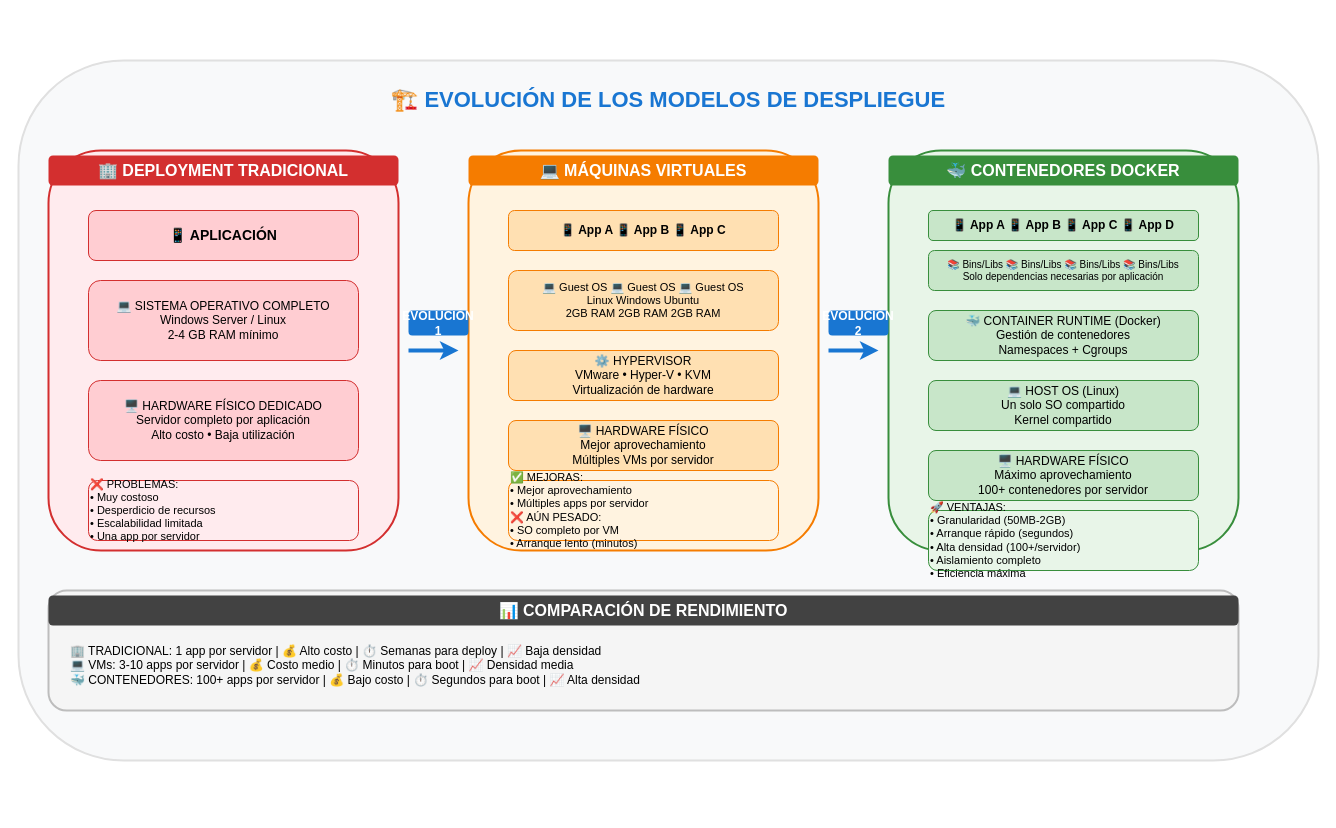
Above: area-1-fundamentos-docker/assets/diagrams/modulo-2-docker/deployment-evolution.drawio in Harol-Reina/kubernetes-aks-course (draw.io), before the change. Source tidied: cells renumbered, new cells numbered last; positions are measured from the earlier drawing's top-left corner, leaving out a move shared by most shapes. Both pictures are drawn from the tidied source at 100%, with x=0, y=0 at pixel (18, 60).
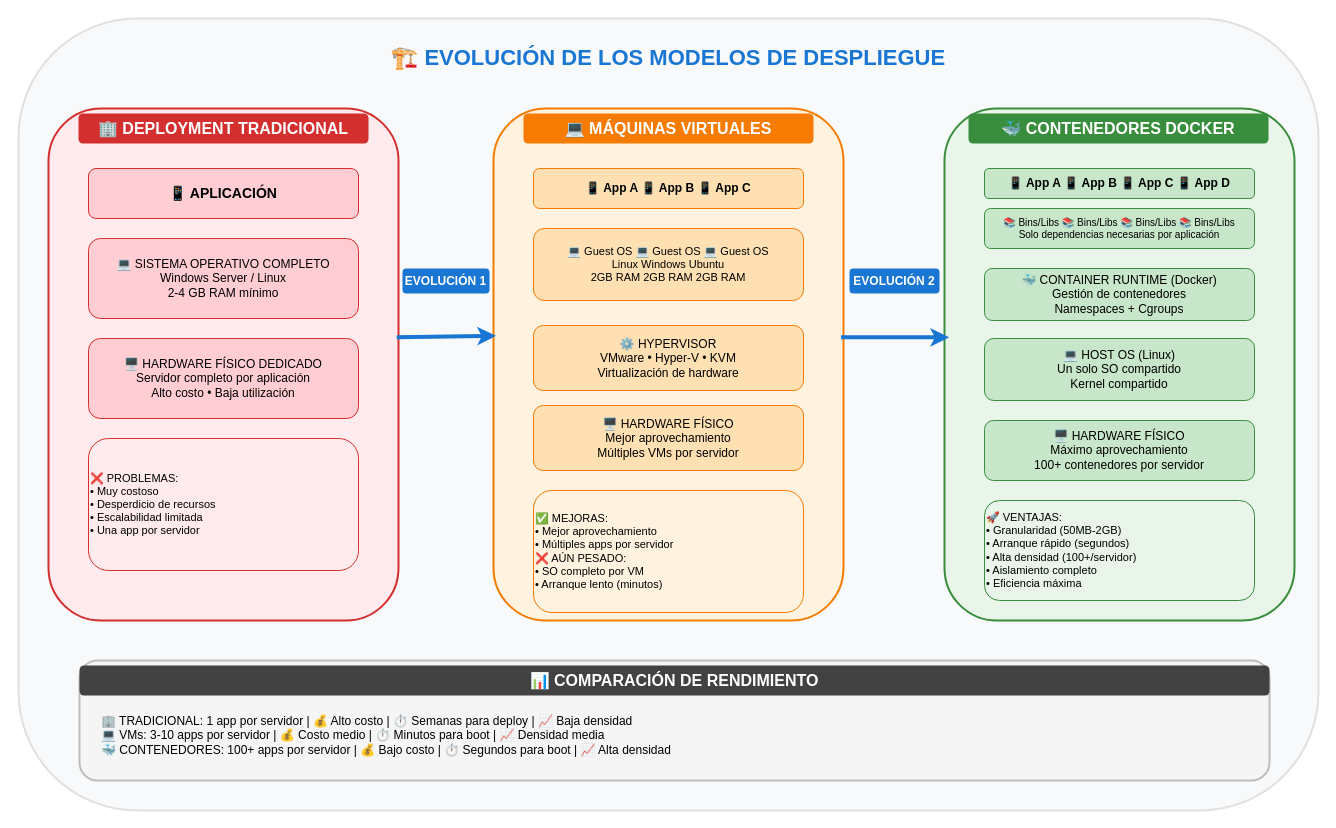
The same page after the edit.

Commit message (it also covers changes not shown here):
Implement code changes to enhance functionality and improve performance

Diff of the diagram source:
```diff
@@
     <mxCell id="2" style="rounded=1;whiteSpace=wrap;html=1;fillColor=#F8F9FA;strokeColor=#E0E0E0;strokeWidth=2;" parent="1" vertex="1">
-      <mxGeometry width="1300" height="700" as="geometry" />
+      <mxGeometry y="-42" width="1300" height="792" as="geometry" />
     </mxCell>
     <mxCell id="3" value="🏗️ EVOLUCIÓN DE LOS MODELOS DE DESPLIEGUE" style="text;html=1;strokeColor=none;fillColor=none;align=center;verticalAlign=middle;whiteSpace=wrap;rounded=0;fontSize=22;fontStyle=1;fontColor=#1976D2;fontFamily=Helvetica;" parent="1" vertex="1">
-      <mxGeometry y="20" width="1300" height="40" as="geometry" />
+      <mxGeometry y="-22" width="1300" height="40" as="geometry" />
     </mxCell>
     <mxCell id="4" style="rounded=1;whiteSpace=wrap;html=1;fillColor=#FFEBEE;strokeColor=#D32F2F;strokeWidth=2;" parent="1" vertex="1">
-      <mxGeometry x="30" y="90" width="350" height="400" as="geometry" />
+      <mxGeometry x="30" y="48" width="350" height="512" as="geometry" />
     </mxCell>
     <mxCell id="5" value="🏢 DEPLOYMENT TRADICIONAL" style="text;html=1;strokeColor=none;fillColor=#D32F2F;align=center;verticalAlign=middle;whiteSpace=wrap;rounded=1;fontSize=16;fontStyle=1;fontColor=#FFFFFF;fontFamily=Helvetica;" parent="1" vertex="1">
-      <mxGeometry x="30" y="95" width="350" height="30" as="geometry" />
+      <mxGeometry x="60" y="53" width="290" height="30" as="geometry" />
     </mxCell>
     <mxCell id="6" value="📱 APLICACIÓN" style="rounded=1;whiteSpace=wrap;html=1;fillColor=#FFCDD2;strokeColor=#D32F2F;fontSize=14;fontStyle=1;fontFamily=Helvetica;align=center;" parent="1" vertex="1">
-      <mxGeometry x="70" y="150" width="270" height="50" as="geometry" />
+      <mxGeometry x="70" y="108" width="270" height="50" as="geometry" />
     </mxCell>
     <mxCell id="7" value="💻 SISTEMA OPERATIVO COMPLETO&lt;br&gt;Windows Server / Linux&lt;br&gt;2-4 GB RAM mínimo" style="rounded=1;whiteSpace=wrap;html=1;fillColor=#FFCDD2;strokeColor=#D32F2F;fontSize=12;fontFamily=Helvetica;align=center;" parent="1" vertex="1">
-      <mxGeometry x="70" y="220" width="270" height="80" as="geometry" />
+      <mxGeometry x="70" y="178" width="270" height="80" as="geometry" />
     </mxCell>
     <mxCell id="8" value="🖥️ HARDWARE FÍSICO DEDICADO&lt;br&gt;Servidor completo por aplicación&lt;br&gt;Alto costo • Baja utilización" style="rounded=1;whiteSpace=wrap;html=1;fillColor=#FFCDD2;strokeColor=#D32F2F;fontSize=12;fontFamily=Helvetica;align=center;" parent="1" vertex="1">
-      <mxGeometry x="70" y="320" width="270" height="80" as="geometry" />
+      <mxGeometry x="70" y="278" width="270" height="80" as="geometry" />
     </mxCell>
     <mxCell id="9" value="❌ PROBLEMAS:&lt;br&gt;• Muy costoso&lt;br&gt;• Desperdicio de recursos&lt;br&gt;• Escalabilidad limitada&lt;br&gt;• Una app por servidor" style="text;html=1;strokeColor=#D32F2F;fillColor=#FFEBEE;align=left;verticalAlign=middle;whiteSpace=wrap;rounded=1;fontSize=11;fontFamily=Helvetica;" parent="1" vertex="1">
-      <mxGeometry x="70" y="420" width="270" height="60" as="geometry" />
+      <mxGeometry x="70" y="378" width="270" height="132" as="geometry" />
     </mxCell>
     <mxCell id="10" style="rounded=1;whiteSpace=wrap;html=1;fillColor=#FFF3E0;strokeColor=#F57C00;strokeWidth=2;" parent="1" vertex="1">
-      <mxGeometry x="450" y="90" width="350" height="400" as="geometry" />
+      <mxGeometry x="475" y="48" width="350" height="512" as="geometry" />
     </mxCell>
     <mxCell id="11" value="💻 MÁQUINAS VIRTUALES" style="text;html=1;strokeColor=none;fillColor=#F57C00;align=center;verticalAlign=middle;whiteSpace=wrap;rounded=1;fontSize=16;fontStyle=1;fontColor=#FFFFFF;fontFamily=Helvetica;" parent="1" vertex="1">
-      <mxGeometry x="450" y="95" width="350" height="30" as="geometry" />
+      <mxGeometry x="505" y="53" width="290" height="30" as="geometry" />
     </mxCell>
     <mxCell id="12" value="📱 App A    📱 App B    📱 App C" style="rounded=1;whiteSpace=wrap;html=1;fillColor=#FFE0B2;strokeColor=#F57C00;fontSize=12;fontStyle=1;fontFamily=Helvetica;align=center;" parent="1" vertex="1">
-      <mxGeometry x="490" y="150" width="270" height="40" as="geometry" />
+      <mxGeometry x="515" y="108" width="270" height="40" as="geometry" />
     </mxCell>
     <mxCell id="13" value="💻 Guest OS   💻 Guest OS   💻 Guest OS&lt;br&gt;Linux        Windows      Ubuntu&lt;br&gt;2GB RAM     2GB RAM      2GB RAM" style="rounded=1;whiteSpace=wrap;html=1;fillColor=#FFE0B2;strokeColor=#F57C00;fontSize=11;fontFamily=Helvetica;align=center;" parent="1" vertex="1">
-      <mxGeometry x="490" y="210" width="270" height="60" as="geometry" />
+      <mxGeometry x="515" y="168" width="270" height="72" as="geometry" />
     </mxCell>
     <mxCell id="14" value="⚙️ HYPERVISOR&lt;br&gt;VMware • Hyper-V • KVM&lt;br&gt;Virtualización de hardware" style="rounded=1;whiteSpace=wrap;html=1;fillColor=#FFE0B2;strokeColor=#F57C00;fontSize=12;fontFamily=Helvetica;align=center;" parent="1" vertex="1">
-      <mxGeometry x="490" y="290" width="270" height="50" as="geometry" />
+      <mxGeometry x="515" y="265" width="270" height="65" as="geometry" />
     </mxCell>
     <mxCell id="15" value="🖥️ HARDWARE FÍSICO&lt;br&gt;Mejor aprovechamiento&lt;br&gt;Múltiples VMs por servidor" style="rounded=1;whiteSpace=wrap;html=1;fillColor=#FFE0B2;strokeColor=#F57C00;fontSize=12;fontFamily=Helvetica;align=center;" parent="1" vertex="1">
-      <mxGeometry x="490" y="360" width="270" height="50" as="geometry" />
+      <mxGeometry x="515" y="345" width="270" height="65" as="geometry" />
     </mxCell>
     <mxCell id="16" value="✅ MEJORAS:&lt;br&gt;• Mejor aprovechamiento&lt;br&gt;• Múltiples apps por servidor&lt;br&gt;❌ AÚN PESADO:&lt;br&gt;• SO completo por VM&lt;br&gt;• Arranque lento (minutos)" style="text;html=1;strokeColor=#F57C00;fillColor=#FFF3E0;align=left;verticalAlign=middle;whiteSpace=wrap;rounded=1;fontSize=11;fontFamily=Helvetica;" parent="1" vertex="1">
-      <mxGeometry x="490" y="420" width="270" height="60" as="geometry" />
+      <mxGeometry x="515" y="430" width="270" height="122" as="geometry" />
     </mxCell>
     <mxCell id="17" style="rounded=1;whiteSpace=wrap;html=1;fillColor=#E8F5E8;strokeColor=#388E3C;strokeWidth=2;" parent="1" vertex="1">
-      <mxGeometry x="870" y="90" width="350" height="400" as="geometry" />
+      <mxGeometry x="926" y="48" width="350" height="512" as="geometry" />
     </mxCell>
     <mxCell id="18" value="🐳 CONTENEDORES DOCKER" style="text;html=1;strokeColor=none;fillColor=#388E3C;align=center;verticalAlign=middle;whiteSpace=wrap;rounded=1;fontSize=16;fontStyle=1;fontColor=#FFFFFF;fontFamily=Helvetica;" parent="1" vertex="1">
-      <mxGeometry x="870" y="95" width="350" height="30" as="geometry" />
+      <mxGeometry x="950" y="53" width="300" height="30" as="geometry" />
     </mxCell>
     <mxCell id="19" value="📱 App A  📱 App B  📱 App C  📱 App D" style="rounded=1;whiteSpace=wrap;html=1;fillColor=#C8E6C9;strokeColor=#388E3C;fontSize=12;fontStyle=1;fontFamily=Helvetica;align=center;" parent="1" vertex="1">
-      <mxGeometry x="910" y="150" width="270" height="30" as="geometry" />
+      <mxGeometry x="966" y="108" width="270" height="30" as="geometry" />
     </mxCell>
     <mxCell id="20" value="📚 Bins/Libs  📚 Bins/Libs  📚 Bins/Libs  📚 Bins/Libs&lt;br&gt;Solo dependencias necesarias por aplicación" style="rounded=1;whiteSpace=wrap;html=1;fillColor=#C8E6C9;strokeColor=#388E3C;fontSize=10;fontFamily=Helvetica;align=center;" parent="1" vertex="1">
-      <mxGeometry x="910" y="190" width="270" height="40" as="geometry" />
+      <mxGeometry x="966" y="148" width="270" height="40" as="geometry" />
     </mxCell>
     <mxCell id="21" value="🐳 CONTAINER RUNTIME (Docker)&lt;br&gt;Gestión de contenedores&lt;br&gt;Namespaces + Cgroups" style="rounded=1;whiteSpace=wrap;html=1;fillColor=#C8E6C9;strokeColor=#388E3C;fontSize=12;fontFamily=Helvetica;align=center;" parent="1" vertex="1">
-      <mxGeometry x="910" y="250" width="270" height="50" as="geometry" />
+      <mxGeometry x="966" y="208" width="270" height="52" as="geometry" />
     </mxCell>
     <mxCell id="22" value="💻 HOST OS (Linux)&lt;br&gt;Un solo SO compartido&lt;br&gt;Kernel compartido" style="rounded=1;whiteSpace=wrap;html=1;fillColor=#C8E6C9;strokeColor=#388E3C;fontSize=12;fontFamily=Helvetica;align=center;" parent="1" vertex="1">
-      <mxGeometry x="910" y="320" width="270" height="50" as="geometry" />
+      <mxGeometry x="966" y="278" width="270" height="62" as="geometry" />
     </mxCell>
     <mxCell id="23" value="🖥️ HARDWARE FÍSICO&lt;br&gt;Máximo aprovechamiento&lt;br&gt;100+ contenedores por servidor" style="rounded=1;whiteSpace=wrap;html=1;fillColor=#C8E6C9;strokeColor=#388E3C;fontSize=12;fontFamily=Helvetica;align=center;" parent="1" vertex="1">
-      <mxGeometry x="910" y="390" width="270" height="50" as="geometry" />
+      <mxGeometry x="966" y="360" width="270" height="60" as="geometry" />
     </mxCell>
     <mxCell id="24" value="🚀 VENTAJAS:&lt;br&gt;• Granularidad (50MB-2GB)&lt;br&gt;• Arranque rápido (segundos)&lt;br&gt;• Alta densidad (100+/servidor)&lt;br&gt;• Aislamiento completo&lt;br&gt;• Eficiencia máxima" style="text;html=1;strokeColor=#388E3C;fillColor=#E8F5E8;align=left;verticalAlign=middle;whiteSpace=wrap;rounded=1;fontSize=11;fontFamily=Helvetica;" parent="1" vertex="1">
-      <mxGeometry x="910" y="450" width="270" height="60" as="geometry" />
+      <mxGeometry x="966" y="440" width="270" height="100" as="geometry" />
     </mxCell>
-    <mxCell id="25" style="endArrow=classic;html=1;rounded=0;strokeColor=#1976D2;strokeWidth=4;" parent="1" edge="1">
-      <mxGeometry relative="1" as="geometry">
-        <mxPoint x="390" y="290" as="sourcePoint" />
-        <mxPoint x="440" y="290" as="targetPoint" />
-      </mxGeometry>
+    <mxCell id="25" style="endArrow=classic;html=1;rounded=0;strokeColor=#1976D2;strokeWidth=4;exitX=0.995;exitY=0.447;exitDx=0;exitDy=0;exitPerimeter=0;entryX=0.007;entryY=0.444;entryDx=0;entryDy=0;entryPerimeter=0;" parent="1" edge="1" source="4" target="10">
+      <mxGeometry relative="1" as="geometry" />
     </mxCell>
-    <mxCell id="26" style="endArrow=classic;html=1;rounded=0;strokeColor=#1976D2;strokeWidth=4;" parent="1" edge="1">
-      <mxGeometry relative="1" as="geometry">
-        <mxPoint x="810" y="290" as="sourcePoint" />
-        <mxPoint x="860" y="290" as="targetPoint" />
-      </mxGeometry>
+    <mxCell id="26" style="endArrow=classic;html=1;rounded=0;strokeColor=#1976D2;strokeWidth=4;entryX=0.013;entryY=0.447;entryDx=0;entryDy=0;entryPerimeter=0;exitX=0.993;exitY=0.447;exitDx=0;exitDy=0;exitPerimeter=0;" parent="1" edge="1" source="10" target="17">
+      <mxGeometry relative="1" as="geometry" />
     </mxCell>
     <mxCell id="27" value="EVOLUCIÓN 1" style="text;html=1;strokeColor=none;fillColor=#1976D2;align=center;verticalAlign=middle;whiteSpace=wrap;rounded=1;fontSize=12;fontStyle=1;fontColor=#FFFFFF;fontFamily=Helvetica;" parent="1" vertex="1">
-      <mxGeometry x="390" y="250" width="60" height="25" as="geometry" />
+      <mxGeometry x="384" y="208" width="87" height="25" as="geometry" />
     </mxCell>
     <mxCell id="28" value="EVOLUCIÓN 2" style="text;html=1;strokeColor=none;fillColor=#1976D2;align=center;verticalAlign=middle;whiteSpace=wrap;rounded=1;fontSize=12;fontStyle=1;fontColor=#FFFFFF;fontFamily=Helvetica;" parent="1" vertex="1">
-      <mxGeometry x="810" y="250" width="60" height="25" as="geometry" />
+      <mxGeometry x="831" y="208" width="90" height="25" as="geometry" />
     </mxCell>
     <mxCell id="29" style="rounded=1;whiteSpace=wrap;html=1;fillColor=#F5F5F5;strokeColor=#BDBDBD;strokeWidth=2;" parent="1" vertex="1">
-      <mxGeometry x="30" y="530" width="1190" height="120" as="geometry" />
+      <mxGeometry x="61" y="600" width="1190" height="120" as="geometry" />
     </mxCell>
     <mxCell id="30" value="📊 COMPARACIÓN DE RENDIMIENTO" style="text;html=1;strokeColor=none;fillColor=#424242;align=center;verticalAlign=middle;whiteSpace=wrap;rounded=1;fontSize=16;fontStyle=1;fontColor=#FFFFFF;fontFamily=Helvetica;" parent="1" vertex="1">
-      <mxGeometry x="30" y="535" width="1190" height="30" as="geometry" />
+      <mxGeometry x="61" y="605" width="1190" height="30" as="geometry" />
     </mxCell>
     <mxCell id="31" value="🏢 TRADICIONAL: 1 app por servidor | 💰 Alto costo | ⏱️ Semanas para deploy | 📈 Baja densidad&lt;br&gt;💻 VMs: 3-10 apps por servidor | 💰 Costo medio | ⏱️ Minutos para boot | 📈 Densidad media&lt;br&gt;🐳 CONTENEDORES: 100+ apps por servidor | 💰 Bajo costo | ⏱️ Segundos para boot | 📈 Alta densidad" style="text;html=1;strokeColor=none;fillColor=none;align=left;verticalAlign=middle;whiteSpace=wrap;rounded=0;fontSize=12;fontFamily=Helvetica;" parent="1" vertex="1">
-      <mxGeometry x="50" y="575" width="1150" height="60" as="geometry" />
+      <mxGeometry x="81" y="645" width="1150" height="60" as="geometry" />
     </mxCell>
```
